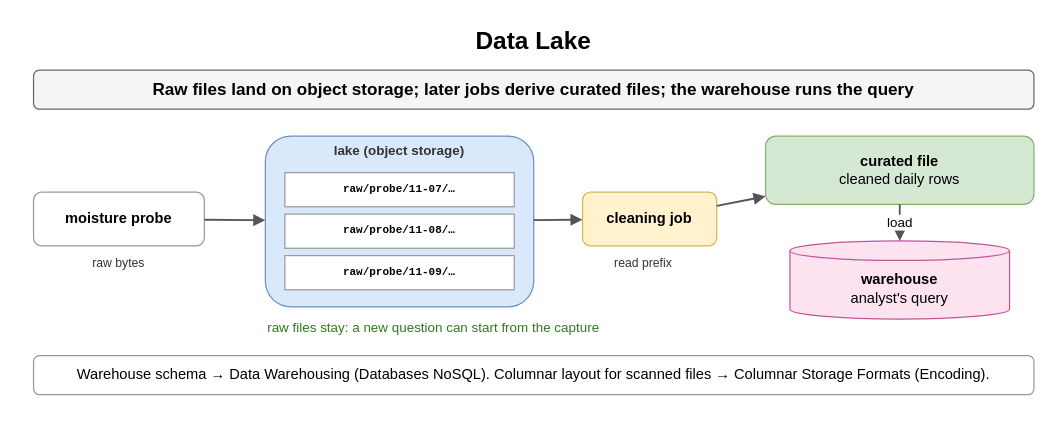
Above: page "Data Lake" (4 of 10) of content/09_System_Design_Interview/13_Storage_and_Data_Processing_at_Scale/diagrams/storage-processing.drawio in amendez13/swe-study-guide (draw.io), before the change. Source tidied: cells renumbered, new cells numbered last; positions are measured from the earlier drawing's top-left corner, leaving out a move shared by most shapes. Both pictures are drawn from the tidied source at 122%, with x=0, y=0 at pixel (33, 21).
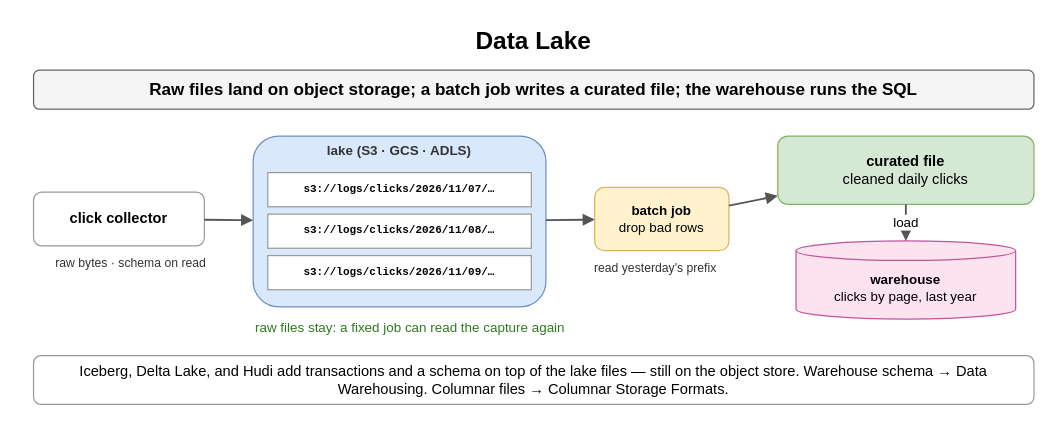
Above is the later version.

What changed in the source:
```diff
@@
-    <mxCell id="3" value="Raw files land on object storage; later jobs derive curated files; the warehouse runs the query" style="rounded=1;whiteSpace=wrap;html=1;fillColor=#f5f5f5;strokeColor=#666666;fontStyle=1;fontSize=14;" parent="1" vertex="1">
+    <mxCell id="3" value="Raw files land on object storage; a batch job writes a curated file; the warehouse runs the SQL" style="rounded=1;whiteSpace=wrap;html=1;fillColor=#f5f5f5;strokeColor=#666666;fontStyle=1;fontSize=14;" parent="1" vertex="1">
       <mxGeometry y="40" width="820" height="32" as="geometry" />
     </mxCell>
-    <mxCell id="4" value="moisture probe" style="rounded=1;whiteSpace=wrap;html=1;fillColor=#ffffff;strokeColor=#999999;fontSize=12;align=center;fontStyle=1;" parent="1" vertex="1">
+    <mxCell id="4" value="click collector" style="rounded=1;whiteSpace=wrap;html=1;fillColor=#ffffff;strokeColor=#999999;fontSize=12;align=center;fontStyle=1;" parent="1" vertex="1">
       <mxGeometry y="140" width="140" height="44" as="geometry" />
     </mxCell>
     <mxCell id="5" style="rounded=1;whiteSpace=wrap;html=1;fillColor=#dae8fc;strokeColor=#6c8ebf;fontSize=12;align=center;fontStyle=1;" parent="1" vertex="1">
-      <mxGeometry x="190" y="94" width="220" height="140" as="geometry" />
+      <mxGeometry x="180" y="94" width="240" height="140" as="geometry" />
     </mxCell>
-    <mxCell id="6" value="lake (object storage)" style="text;html=1;whiteSpace=wrap;fontSize=11;align=center;verticalAlign=middle;fontSize=11;fontColor=#333333;fontStyle=1;" parent="1" vertex="1">
-      <mxGeometry x="190" y="98" width="220" height="16" as="geometry" />
+    <mxCell id="6" value="lake (S3 · GCS · ADLS)" style="text;html=1;whiteSpace=wrap;fontSize=11;align=center;verticalAlign=middle;fontSize=11;fontColor=#333333;fontStyle=1;" parent="1" vertex="1">
+      <mxGeometry x="180" y="98" width="240" height="16" as="geometry" />
     </mxCell>
-    <mxCell id="7" value="raw/probe/11-07/…" style="rounded=0;whiteSpace=wrap;html=1;fontFamily=Courier New;fontStyle=1;fontSize=13;fillColor=#ffffff;strokeColor=#999999;fontSize=9;" parent="1" vertex="1">
-      <mxGeometry x="206" y="124" width="188" height="28" as="geometry" />
+    <mxCell id="7" value="s3://logs/clicks/2026/11/07/…" style="rounded=0;whiteSpace=wrap;html=1;fontFamily=Courier New;fontStyle=1;fontSize=13;fillColor=#ffffff;strokeColor=#999999;fontSize=9;" parent="1" vertex="1">
+      <mxGeometry x="192" y="124" width="216" height="28" as="geometry" />
     </mxCell>
-    <mxCell id="8" value="raw/probe/11-08/…" style="rounded=0;whiteSpace=wrap;html=1;fontFamily=Courier New;fontStyle=1;fontSize=13;fillColor=#ffffff;strokeColor=#999999;fontSize=9;" parent="1" vertex="1">
-      <mxGeometry x="206" y="158" width="188" height="28" as="geometry" />
+    <mxCell id="8" value="s3://logs/clicks/2026/11/08/…" style="rounded=0;whiteSpace=wrap;html=1;fontFamily=Courier New;fontStyle=1;fontSize=13;fillColor=#ffffff;strokeColor=#999999;fontSize=9;" parent="1" vertex="1">
+      <mxGeometry x="192" y="158" width="216" height="28" as="geometry" />
     </mxCell>
-    <mxCell id="9" value="raw/probe/11-09/…" style="rounded=0;whiteSpace=wrap;html=1;fontFamily=Courier New;fontStyle=1;fontSize=13;fillColor=#ffffff;strokeColor=#999999;fontSize=9;" parent="1" vertex="1">
-      <mxGeometry x="206" y="192" width="188" height="28" as="geometry" />
+    <mxCell id="9" value="s3://logs/clicks/2026/11/09/…" style="rounded=0;whiteSpace=wrap;html=1;fontFamily=Courier New;fontStyle=1;fontSize=13;fillColor=#ffffff;strokeColor=#999999;fontSize=9;" parent="1" vertex="1">
+      <mxGeometry x="192" y="192" width="216" height="28" as="geometry" />
     </mxCell>
-    <mxCell id="10" value="cleaning job" style="rounded=1;whiteSpace=wrap;html=1;fillColor=#fff2cc;strokeColor=#d6b656;fontSize=12;align=center;fontStyle=1;" parent="1" vertex="1">
-      <mxGeometry x="450" y="140" width="110" height="44" as="geometry" />
+    <mxCell id="10" value="batch job&lt;br&gt;&lt;span style='font-weight:normal'&gt;drop bad rows&lt;/span&gt;" style="rounded=1;whiteSpace=wrap;html=1;fillColor=#fff2cc;strokeColor=#d6b656;fontSize=11;align=center;fontStyle=1;" parent="1" vertex="1">
+      <mxGeometry x="460" y="136" width="110" height="52" as="geometry" />
     </mxCell>
-    <mxCell id="11" value="curated file&lt;br&gt;&lt;span style='font-weight:normal'&gt;cleaned daily rows&lt;/span&gt;" style="rounded=1;whiteSpace=wrap;html=1;fillColor=#d5e8d4;strokeColor=#82b366;fontSize=12;align=center;fontStyle=1;" parent="1" vertex="1">
-      <mxGeometry x="600" y="94" width="220" height="56" as="geometry" />
+    <mxCell id="11" value="curated file&lt;br&gt;&lt;span style='font-weight:normal'&gt;cleaned daily clicks&lt;/span&gt;" style="rounded=1;whiteSpace=wrap;html=1;fillColor=#d5e8d4;strokeColor=#82b366;fontSize=12;align=center;fontStyle=1;" parent="1" vertex="1">
+      <mxGeometry x="610" y="94" width="210" height="56" as="geometry" />
     </mxCell>
-    <mxCell id="12" value="warehouse&lt;br&gt;&lt;span style='font-weight:normal'&gt;analyst's query&lt;/span&gt;" style="shape=cylinder3;whiteSpace=wrap;html=1;boundedLbl=1;backgroundOutline=1;size=8;fillColor=#fde2f0;strokeColor=#c0569a;fontStyle=1;fontSize=12;" parent="1" vertex="1">
-      <mxGeometry x="620" y="180" width="180" height="64" as="geometry" />
+    <mxCell id="12" value="warehouse&lt;br&gt;&lt;span style='font-weight:normal'&gt;clicks by page, last year&lt;/span&gt;" style="shape=cylinder3;whiteSpace=wrap;html=1;boundedLbl=1;backgroundOutline=1;size=8;fillColor=#fde2f0;strokeColor=#c0569a;fontStyle=1;fontSize=11;" parent="1" vertex="1">
+      <mxGeometry x="625" y="180" width="180" height="64" as="geometry" />
     </mxCell>
@@
-    <mxCell id="14" value="raw bytes" style="text;html=1;whiteSpace=wrap;fontSize=11;align=center;verticalAlign=middle;fontSize=10;fontColor=#333333;" parent="1" vertex="1">
-      <mxGeometry y="190" width="140" height="16" as="geometry" />
+    <mxCell id="14" value="raw bytes · schema on read" style="text;html=1;whiteSpace=wrap;fontSize=11;align=center;verticalAlign=middle;fontSize=10;fontColor=#333333;" parent="1" vertex="1">
+      <mxGeometry x="-10" y="190" width="180" height="16" as="geometry" />
     </mxCell>
@@
-    <mxCell id="16" value="read prefix" style="text;html=1;whiteSpace=wrap;fontSize=11;align=center;verticalAlign=middle;fontSize=10;fontColor=#333333;" parent="1" vertex="1">
-      <mxGeometry x="430" y="190" width="140" height="16" as="geometry" />
+    <mxCell id="16" value="read yesterday's prefix" style="text;html=1;whiteSpace=wrap;fontSize=11;align=center;verticalAlign=middle;fontSize=10;fontColor=#333333;" parent="1" vertex="1">
+      <mxGeometry x="420" y="194" width="180" height="16" as="geometry" />
     </mxCell>
@@
-    <mxCell id="19" value="raw files stay: a new question can start from the capture" style="text;html=1;whiteSpace=wrap;fontSize=11;align=left;verticalAlign=middle;fontSize=11;fontColor=#2d7a1f;" parent="1" vertex="1">
-      <mxGeometry x="190" y="242" width="400" height="18" as="geometry" />
+    <mxCell id="19" value="raw files stay: a fixed job can read the capture again" style="text;html=1;whiteSpace=wrap;fontSize=11;align=left;verticalAlign=middle;fontSize=11;fontColor=#2d7a1f;" parent="1" vertex="1">
+      <mxGeometry x="180" y="242" width="420" height="18" as="geometry" />
     </mxCell>
-    <mxCell id="20" value="Warehouse schema → Data Warehousing (Databases NoSQL). Columnar layout for scanned files → Columnar Storage Formats (Encoding)." style="rounded=1;whiteSpace=wrap;html=1;fillColor=#ffffff;strokeColor=#999999;fontSize=12;align=center;" parent="1" vertex="1">
-      <mxGeometry y="274" width="820" height="32" as="geometry" />
+    <mxCell id="20" value="Iceberg, Delta Lake, and Hudi add transactions and a schema on top of the lake files — still on the object store. Warehouse schema → Data Warehousing. Columnar files → Columnar Storage Formats." style="rounded=1;whiteSpace=wrap;html=1;fillColor=#ffffff;strokeColor=#999999;fontSize=12;align=center;" parent="1" vertex="1">
+      <mxGeometry y="274" width="820" height="40" as="geometry" />
     </mxCell>
```
